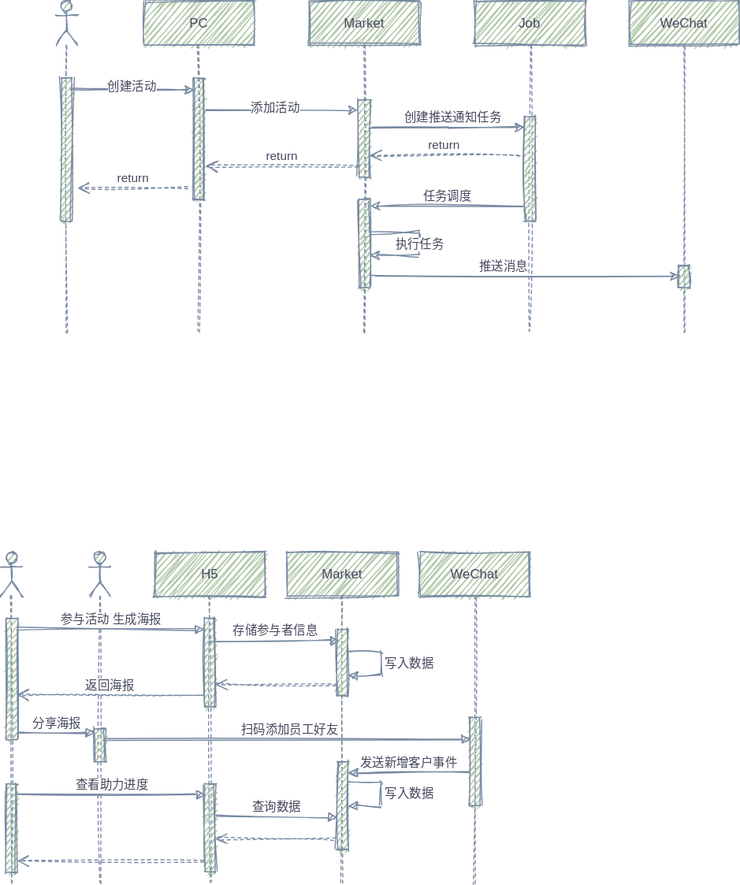
This is Fission Activity.svg from jingwux/diagrams, a draw.io export, as it was before one commit. Source tidied: cells renumbered, new cells last; positions are measured from the earlier drawing's top-left corner, leaving out a move shared by most shapes.
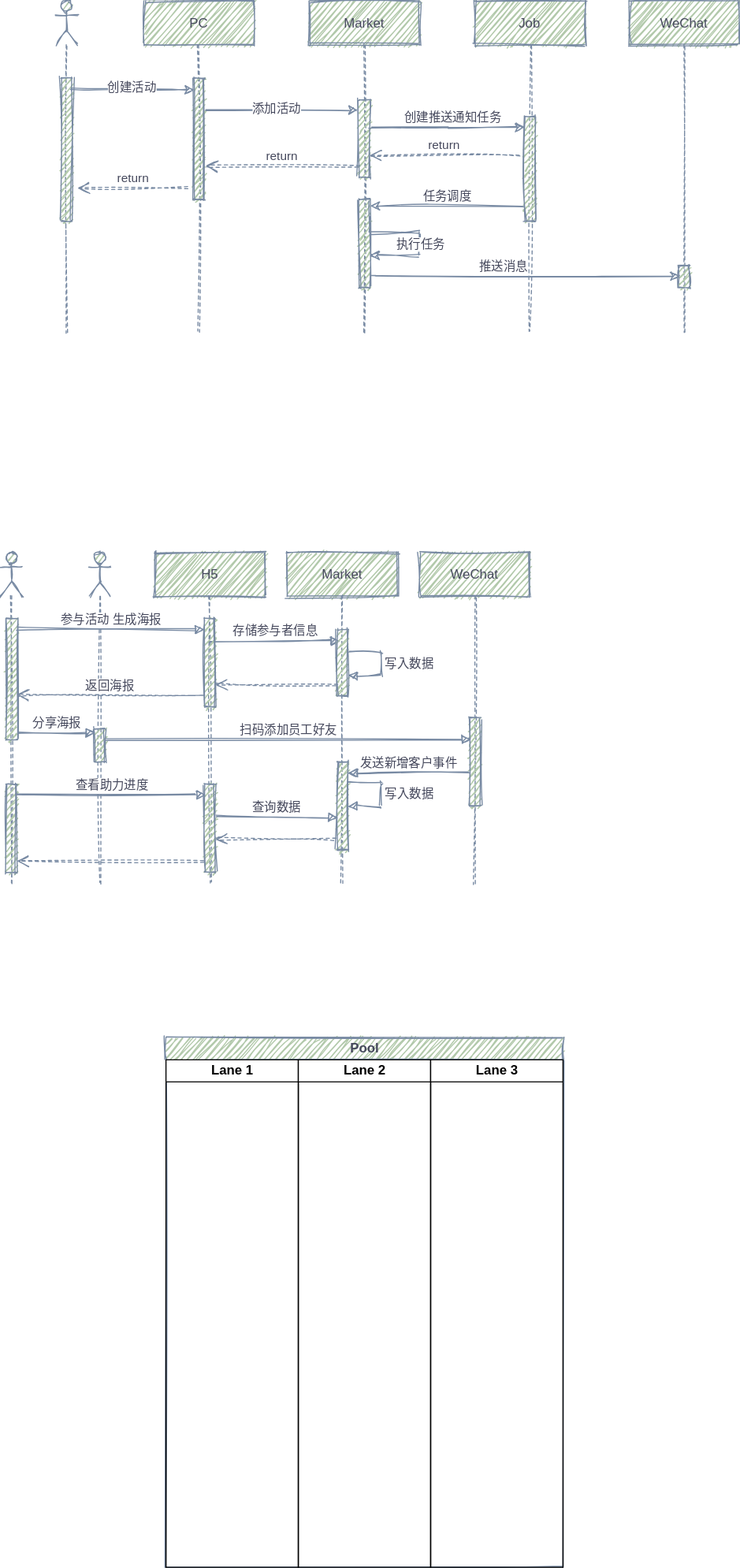
Above is the later version.

The edit, as a diff of the source:
```diff
@@ -217,5 +217,17 @@
         <mxPoint x="15" y="780" as="targetPoint" />
       </mxGeometry>
     </mxCell>
+    <mxCell id="53" value="Pool" style="swimlane;html=1;startSize=20;rounded=0;sketch=1;fontColor=#46495D;strokeColor=#788AA3;fillColor=#B2C9AB;" parent="1" vertex="1">
+      <mxGeometry x="150" y="940" width="360" height="480" as="geometry" />
+    </mxCell>
+    <mxCell id="54" value="Lane 1" style="swimlane;html=1;startSize=20;" parent="53" vertex="1">
+      <mxGeometry y="20" width="120" height="460" as="geometry" />
+    </mxCell>
+    <mxCell id="55" value="Lane 2" style="swimlane;html=1;startSize=20;" parent="53" vertex="1">
+      <mxGeometry x="120" y="20" width="120" height="460" as="geometry" />
+    </mxCell>
+    <mxCell id="56" value="Lane 3" style="swimlane;html=1;startSize=20;" parent="53" vertex="1">
+      <mxGeometry x="240" y="20" width="120" height="460" as="geometry" />
+    </mxCell>
   </root>
 </mxGraphModel>
```
